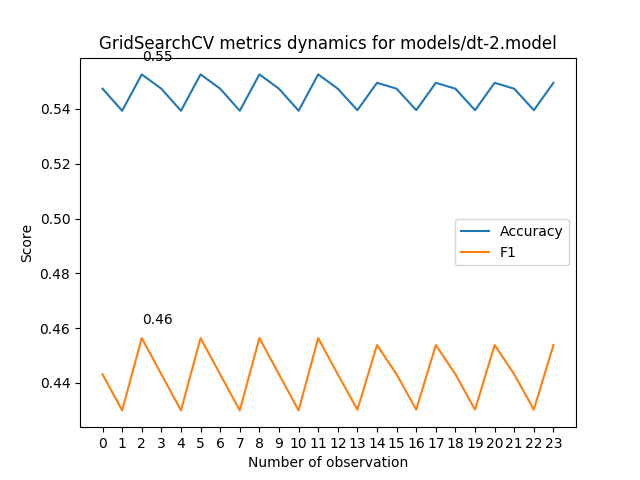
The Graphviz diagram models/dt-2.model_metrics.png in AverHLV/diploma-computations, before a commit. Its source is kept beside it as models/dt-2.model.dot. Its diagram source:
```dot
digraph Tree {
node [shape=box, style="filled", color="black"] ;
0 [label="Topic <= 0.998\ngini = 0.558\nsamples = 12050\nvalue = [[26, 5147, 707, 4422, 1748]\n[331, 7313, 2431, 802, 1173]\n[146, 6572, 597, 4028, 707]\n...\n[14, 5631, 853, 3940, 1612]\n[8, 148, 66, 47, 11781]\n[18, 2020, 29, 7749, 2234]]", fillcolor="#fef9f6"] ;
1 [label="ОБ <= -0.369\ngini = 0.543\nsamples = 9307\nvalue = [[23, 4629, 561, 2726, 1368]\n[283, 5796, 1745, 556, 927]\n[128, 5783, 488, 2252, 656]\n...\n[14, 4930, 457, 2530, 1376]\n[6, 130, 40, 37, 9094]\n[18, 1810, 19, 5865, 1595]]", fillcolor="#fbece2"] ;
0 -> 1 [labeldistance=2.5, labelangle=45, headlabel="True"] ;
5 [label="Позафракційні <= -1.95\ngini = 0.531\nsamples = 2174\nvalue = [[7, 1232, 72, 442, 421]\n[36, 1457, 225, 154, 302]\n[26, 1339, 66, 468, 275]\n...\n[5, 1147, 87, 559, 376]\n[1, 15, 9, 0, 2149]\n[9, 335, 1, 1226, 603]]", fillcolor="#f9e1d0"] ;
1 -> 5 ;
9 [label="gini = 0.418\nsamples = 210\nvalue = [[1, 25, 2, 112, 70]\n[0, 112, 37, 38, 23]\n[1, 43, 3, 127, 36]\n...\n[1, 22, 5, 104, 78]\n[0, 0, 0, 0, 210]\n[0, 4, 0, 38, 168]]", fillcolor="#e58139"] ;
5 -> 9 ;
10 [label="gini = 0.515\nsamples = 1964\nvalue = [[6, 1207, 70, 330, 351]\n[36, 1345, 188, 116, 279]\n[25, 1296, 63, 341, 239]\n...\n[4, 1125, 82, 455, 298]\n[1, 15, 9, 0, 1939]\n[9, 331, 1, 1188, 435]]", fillcolor="#f6d4bc"] ;
5 -> 10 ;
6 [label="Topic <= -1.596\ngini = 0.537\nsamples = 7133\nvalue = [[16, 3397, 489, 2284, 947]\n[247, 4339, 1520, 402, 625]\n[102, 4444, 422, 1784, 381]\n...\n[9, 3783, 370, 1971, 1000]\n[5, 115, 31, 37, 6945]\n[9, 1475, 18, 4639, 992]]", fillcolor="#fae7d9"] ;
1 -> 6 ;
7 [label="gini = 0.461\nsamples = 320\nvalue = [[2, 80, 57, 160, 21]\n[3, 240, 54, 8, 15]\n[0, 82, 62, 175, 1]\n...\n[1, 71, 82, 121, 45]\n[0, 25, 1, 16, 278]\n[0, 21, 0, 218, 81]]", fillcolor="#eda673"] ;
6 -> 7 ;
8 [label="gini = 0.532\nsamples = 6813\nvalue = [[14, 3317, 432, 2124, 926]\n[244, 4099, 1466, 394, 610]\n[102, 4362, 360, 1609, 380]\n...\n[8, 3712, 288, 1850, 955]\n[5, 90, 30, 21, 6667]\n[9, 1454, 18, 4421, 911]]", fillcolor="#f9e3d2"] ;
6 -> 8 ;
2 [label="НФ <= -0.149\ngini = 0.525\nsamples = 2743\nvalue = [[3, 518, 146, 1696, 380]\n[48, 1517, 686, 246, 246]\n[18, 789, 109, 1776, 51]\n...\n[0, 701, 396, 1410, 236]\n[2, 18, 26, 10, 2687]\n[0, 210, 10, 1884, 639]]", fillcolor="#f8dcc8"] ;
0 -> 2 [labeldistance=2.5, labelangle=-45, headlabel="False"] ;
3 [label="gini = 0.458\nsamples = 1836\nvalue = [[1, 141, 58, 1395, 241]\n[22, 973, 470, 202, 169]\n[2, 324, 42, 1443, 25]\n...\n[0, 341, 236, 1181, 78]\n[0, 1, 1, 1, 1833]\n[0, 65, 3, 1330, 438]]", fillcolor="#eca36f"] ;
2 -> 3 ;
4 [label="gini = 0.565\nsamples = 907\nvalue = [[2, 377, 88, 301, 139]\n[26, 544, 216, 44, 77]\n[16, 465, 67, 333, 26]\n...\n[0, 360, 160, 229, 158]\n[2, 17, 25, 9, 854]\n[0, 145, 7, 554, 201]]", fillcolor="#ffffff"] ;
2 -> 4 ;
}
```
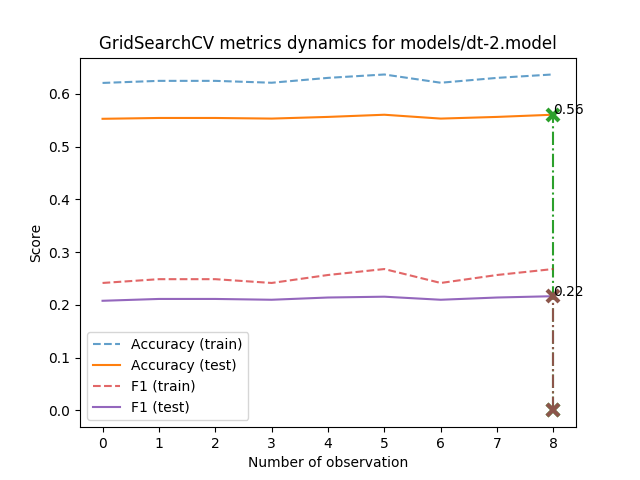
Above is the later version.

Change to the diagram source:
```diff
@@ -1,24 +1,56 @@
 digraph Tree {
 node [shape=box, style="filled", color="black"] ;
-0 [label="Topic <= 0.998\ngini = 0.558\nsamples = 12050\nvalue = [[26, 5147, 707, 4422, 1748]\n[331, 7313, 2431, 802, 1173]\n[146, 6572, 597, 4028, 707]\n...\n[14, 5631, 853, 3940, 1612]\n[8, 148, 66, 47, 11781]\n[18, 2020, 29, 7749, 2234]]", fillcolor="#fef9f6"] ;
-1 [label="ОБ <= -0.369\ngini = 0.543\nsamples = 9307\nvalue = [[23, 4629, 561, 2726, 1368]\n[283, 5796, 1745, 556, 927]\n[128, 5783, 488, 2252, 656]\n...\n[14, 4930, 457, 2530, 1376]\n[6, 130, 40, 37, 9094]\n[18, 1810, 19, 5865, 1595]]", fillcolor="#fbece2"] ;
+0 [label="Topic <= 0.998\ngini = 0.558\nsamples = 12050\nvalue = [[30, 5162, 697, 4442, 1719]\n[320, 7297, 2441, 830, 1162]\n[141, 6553, 602, 4070, 684]\n...\n[15, 5626, 856, 3945, 1608]\n[11, 148, 62, 46, 11783]\n[17, 1989, 30, 7744, 2270]]", fillcolor="#fffdfc"] ;
+1 [label="Екогрупа <= -2.261\ngini = 0.544\nsamples = 9263\nvalue = [[26, 4626, 548, 2712, 1351]\n[274, 5765, 1741, 576, 907]\n[122, 5749, 487, 2271, 634]\n...\n[15, 4930, 457, 2504, 1357]\n[9, 129, 36, 36, 9053]\n[16, 1785, 20, 5816, 1626]]", fillcolor="#fdf7f2"] ;
 0 -> 1 [labeldistance=2.5, labelangle=45, headlabel="True"] ;
-5 [label="Позафракційні <= -1.95\ngini = 0.531\nsamples = 2174\nvalue = [[7, 1232, 72, 442, 421]\n[36, 1457, 225, 154, 302]\n[26, 1339, 66, 468, 275]\n...\n[5, 1147, 87, 559, 376]\n[1, 15, 9, 0, 2149]\n[9, 335, 1, 1226, 603]]", fillcolor="#f9e1d0"] ;
+5 [label="gini = 0.491\nsamples = 478\nvalue = [[4, 111, 14, 222, 127]\n[1, 298, 69, 39, 71]\n[2, 148, 7, 270, 51]\n...\n[0, 124, 27, 203, 124]\n[0, 0, 0, 0, 478]\n[4, 22, 0, 35, 417]]", fillcolor="#f9e0ce"] ;
 1 -> 5 ;
-9 [label="gini = 0.418\nsamples = 210\nvalue = [[1, 25, 2, 112, 70]\n[0, 112, 37, 38, 23]\n[1, 43, 3, 127, 36]\n...\n[1, 22, 5, 104, 78]\n[0, 0, 0, 0, 210]\n[0, 4, 0, 38, 168]]", fillcolor="#e58139"] ;
-5 -> 9 ;
-10 [label="gini = 0.515\nsamples = 1964\nvalue = [[6, 1207, 70, 330, 351]\n[36, 1345, 188, 116, 279]\n[25, 1296, 63, 341, 239]\n...\n[4, 1125, 82, 455, 298]\n[1, 15, 9, 0, 1939]\n[9, 331, 1, 1188, 435]]", fillcolor="#f6d4bc"] ;
-5 -> 10 ;
-6 [label="Topic <= -1.596\ngini = 0.537\nsamples = 7133\nvalue = [[16, 3397, 489, 2284, 947]\n[247, 4339, 1520, 402, 625]\n[102, 4444, 422, 1784, 381]\n...\n[9, 3783, 370, 1971, 1000]\n[5, 115, 31, 37, 6945]\n[9, 1475, 18, 4639, 992]]", fillcolor="#fae7d9"] ;
+6 [label="ОБ <= -0.236\ngini = 0.538\nsamples = 8785\nvalue = [[22, 4515, 534, 2490, 1224]\n[273, 5467, 1672, 537, 836]\n[120, 5601, 480, 2001, 583]\n...\n[15, 4806, 430, 2301, 1233]\n[9, 129, 36, 36, 8575]\n[12, 1763, 20, 5781, 1209]]", fillcolor="#fdf4ee"] ;
 1 -> 6 ;
-7 [label="gini = 0.461\nsamples = 320\nvalue = [[2, 80, 57, 160, 21]\n[3, 240, 54, 8, 15]\n[0, 82, 62, 175, 1]\n...\n[1, 71, 82, 121, 45]\n[0, 25, 1, 16, 278]\n[0, 21, 0, 218, 81]]", fillcolor="#eda673"] ;
+7 [label="НФ <= 0.032\ngini = 0.519\nsamples = 2090\nvalue = [[11, 1243, 103, 383, 350]\n[39, 1381, 233, 142, 295]\n[25, 1337, 67, 378, 283]\n...\n[9, 1176, 77, 500, 328]\n[2, 19, 9, 1, 2059]\n[6, 350, 1, 1348, 385]]", fillcolor="#fbece1"] ;
 6 -> 7 ;
-8 [label="gini = 0.532\nsamples = 6813\nvalue = [[14, 3317, 432, 2124, 926]\n[244, 4099, 1466, 394, 610]\n[102, 4362, 360, 1609, 380]\n...\n[8, 3712, 288, 1850, 955]\n[5, 90, 30, 21, 6667]\n[9, 1454, 18, 4421, 911]]", fillcolor="#f9e3d2"] ;
+21 [label="gini = 0.508\nsamples = 855\nvalue = [[0, 514, 32, 184, 125]\n[11, 609, 61, 53, 121]\n[5, 529, 20, 152, 149]\n...\n[2, 489, 19, 270, 75]\n[0, 3, 0, 0, 852]\n[2, 105, 0, 628, 120]]", fillcolor="#fae7da"] ;
+7 -> 21 ;
+22 [label="gini = 0.507\nsamples = 1235\nvalue = [[11, 729, 71, 199, 225]\n[28, 772, 172, 89, 174]\n[20, 808, 47, 226, 134]\n...\n[7, 687, 58, 230, 253]\n[2, 16, 9, 1, 1207]\n[4, 245, 1, 720, 265]]", fillcolor="#fae7d9"] ;
+7 -> 22 ;
+8 [label="Topic <= -1.596\ngini = 0.533\nsamples = 6695\nvalue = [[11, 3272, 431, 2107, 874]\n[234, 4086, 1439, 395, 541]\n[95, 4264, 413, 1623, 300]\n...\n[6, 3630, 353, 1801, 905]\n[7, 110, 27, 35, 6516]\n[6, 1413, 19, 4433, 824]]", fillcolor="#fcf2eb"] ;
 6 -> 8 ;
-2 [label="НФ <= -0.149\ngini = 0.525\nsamples = 2743\nvalue = [[3, 518, 146, 1696, 380]\n[48, 1517, 686, 246, 246]\n[18, 789, 109, 1776, 51]\n...\n[0, 701, 396, 1410, 236]\n[2, 18, 26, 10, 2687]\n[0, 210, 10, 1884, 639]]", fillcolor="#f8dcc8"] ;
+9 [label="gini = 0.467\nsamples = 331\nvalue = [[2, 97, 53, 155, 24]\n[6, 243, 63, 10, 9]\n[0, 87, 60, 182, 2]\n...\n[1, 76, 86, 123, 45]\n[0, 24, 1, 17, 289]\n[0, 25, 0, 229, 77]]", fillcolor="#f6d6be"] ;
+8 -> 9 ;
+10 [label="НФ <= 0.753\ngini = 0.528\nsamples = 6364\nvalue = [[9, 3175, 378, 1952, 850]\n[228, 3843, 1376, 385, 532]\n[95, 4177, 353, 1441, 298]\n...\n[5, 3554, 267, 1678, 860]\n[7, 86, 26, 18, 6227]\n[6, 1388, 19, 4204, 747]]", fillcolor="#fcf0e7"] ;
+8 -> 10 ;
+15 [label="Екогрупа <= 0.281\ngini = 0.521\nsamples = 4875\nvalue = [[4, 2357, 254, 1601, 659]\n[140, 3053, 1075, 270, 337]\n[58, 3181, 258, 1140, 238]\n...\n[5, 2836, 213, 1358, 463]\n[4, 36, 18, 13, 4804]\n[4, 1094, 16, 3269, 492]]", fillcolor="#fbede2"] ;
+10 -> 15 ;
+25 [label="gini = 0.516\nsamples = 1858\nvalue = [[2, 947, 119, 498, 292]\n[66, 1229, 363, 70, 130]\n[19, 1358, 96, 333, 52]\n...\n[4, 1062, 55, 497, 240]\n[2, 27, 3, 5, 1821]\n[0, 285, 9, 1198, 366]]", fillcolor="#fbebdf"] ;
+15 -> 25 ;
+26 [label="gini = 0.516\nsamples = 3017\nvalue = [[2, 1410, 135, 1103, 367]\n[74, 1824, 712, 200, 207]\n[39, 1823, 162, 807, 186]\n...\n[1, 1774, 158, 861, 223]\n[2, 9, 15, 8, 2983]\n[4, 809, 7, 2071, 126]]", fillcolor="#fbebdf"] ;
+15 -> 26 ;
+16 [label="gini = 0.53\nsamples = 1489\nvalue = [[5, 818, 124, 351, 191]\n[88, 790, 301, 115, 195]\n[37, 996, 95, 301, 60]\n...\n[0, 718, 54, 320, 397]\n[3, 50, 8, 5, 1423]\n[2, 294, 3, 935, 255]]", fillcolor="#fcf1e9"] ;
+10 -> 16 ;
+2 [label="НФ <= -0.149\ngini = 0.525\nsamples = 2787\nvalue = [[4, 536, 149, 1730, 368]\n[46, 1532, 700, 254, 255]\n[19, 804, 115, 1799, 50]\n...\n[0, 696, 399, 1441, 251]\n[2, 19, 26, 10, 2730]\n[1, 204, 10, 1928, 644]]", fillcolor="#fcefe5"] ;
 0 -> 2 [labeldistance=2.5, labelangle=-45, headlabel="False"] ;
-3 [label="gini = 0.458\nsamples = 1836\nvalue = [[1, 141, 58, 1395, 241]\n[22, 973, 470, 202, 169]\n[2, 324, 42, 1443, 25]\n...\n[0, 341, 236, 1181, 78]\n[0, 1, 1, 1, 1833]\n[0, 65, 3, 1330, 438]]", fillcolor="#eca36f"] ;
+3 [label="Topic <= 1.016\ngini = 0.459\nsamples = 1864\nvalue = [[1, 147, 64, 1425, 227]\n[19, 980, 480, 211, 174]\n[1, 322, 50, 1468, 23]\n...\n[0, 325, 237, 1206, 96]\n[0, 1, 1, 0, 1862]\n[1, 60, 3, 1360, 440]]", fillcolor="#f6d2b9"] ;
 2 -> 3 ;
-4 [label="gini = 0.565\nsamples = 907\nvalue = [[2, 377, 88, 301, 139]\n[26, 544, 216, 44, 77]\n[16, 465, 67, 333, 26]\n...\n[0, 360, 160, 229, 158]\n[2, 17, 25, 9, 854]\n[0, 145, 7, 554, 201]]", fillcolor="#ffffff"] ;
+11 [label="Воля <= -0.217\ngini = 0.349\nsamples = 558\nvalue = [[0, 1, 30, 487, 40]\n[4, 390, 10, 98, 56]\n[0, 42, 7, 509, 0]\n...\n[0, 41, 134, 343, 40]\n[0, 0, 0, 0, 558]\n[0, 0, 0, 406, 152]]", fillcolor="#eca36f"] ;
+3 -> 11 ;
+23 [label="gini = 0.27\nsamples = 192\nvalue = [[0, 1, 27, 163, 1]\n[1, 102, 2, 52, 35]\n[0, 0, 1, 191, 0]\n...\n[0, 7, 8, 138, 39]\n[0, 0, 0, 0, 192]\n[0, 0, 0, 42, 150]]", fillcolor="#e58139"] ;
+11 -> 23 ;
+24 [label="gini = 0.326\nsamples = 366\nvalue = [[0, 0, 3, 324, 39]\n[3, 288, 8, 46, 21]\n[0, 42, 6, 318, 0]\n...\n[0, 34, 126, 205, 1]\n[0, 0, 0, 0, 366]\n[0, 0, 0, 364, 2]]", fillcolor="#ea995f"] ;
+11 -> 24 ;
+12 [label="Topic <= 1.421\ngini = 0.467\nsamples = 1306\nvalue = [[1, 146, 34, 938, 187]\n[15, 590, 470, 113, 118]\n[1, 280, 43, 959, 23]\n...\n[0, 284, 103, 863, 56]\n[0, 1, 1, 0, 1304]\n[1, 60, 3, 954, 288]]", fillcolor="#f6d6be"] ;
+3 -> 12 ;
+17 [label="gini = 0.531\nsamples = 210\nvalue = [[0, 82, 10, 77, 41]\n[6, 123, 44, 6, 31]\n[0, 121, 6, 68, 15]\n...\n[0, 96, 8, 85, 21]\n[0, 0, 1, 0, 209]\n[1, 38, 0, 118, 53]]", fillcolor="#fcf1e9"] ;
+12 -> 17 ;
+18 [label="Topic <= 1.439\ngini = 0.427\nsamples = 1096\nvalue = [[1, 64, 24, 861, 146]\n[9, 467, 426, 107, 87]\n[1, 159, 37, 891, 8]\n...\n[0, 188, 95, 778, 35]\n[0, 1, 0, 0, 1095]\n[0, 22, 3, 836, 235]]", fillcolor="#f3c5a3"] ;
+12 -> 18 ;
+19 [label="gini = 0.334\nsamples = 433\nvalue = [[0, 13, 0, 360, 60]\n[4, 91, 232, 75, 31]\n[0, 32, 0, 401, 0]\n...\n[0, 47, 28, 344, 14]\n[0, 0, 0, 0, 433]\n[0, 3, 0, 373, 57]]", fillcolor="#eb9d64"] ;
+18 -> 19 ;
+20 [label="gini = 0.442\nsamples = 663\nvalue = [[1, 51, 24, 501, 86]\n[5, 376, 194, 32, 56]\n[1, 127, 37, 490, 8]\n...\n[0, 141, 67, 434, 21]\n[0, 1, 0, 0, 662]\n[0, 19, 3, 463, 178]]", fillcolor="#f4cbad"] ;
+18 -> 20 ;
+4 [label="Topic <= 1.016\ngini = 0.563\nsamples = 923\nvalue = [[3, 389, 85, 305, 141]\n[27, 552, 220, 43, 81]\n[18, 482, 65, 331, 27]\n...\n[0, 371, 162, 235, 155]\n[2, 18, 25, 10, 868]\n[0, 144, 7, 568, 204]]", fillcolor="#ffffff"] ;
 2 -> 4 ;
+13 [label="gini = 0.281\nsamples = 101\nvalue = [[0, 24, 22, 51, 4]\n[0, 81, 2, 7, 11]\n[0, 5, 0, 96, 0]\n...\n[0, 6, 73, 22, 0]\n[0, 0, 0, 0, 101]\n[0, 0, 0, 30, 71]]", fillcolor="#e68640"] ;
+4 -> 13 ;
+14 [label="gini = 0.558\nsamples = 822\nvalue = [[3, 365, 63, 254, 137]\n[27, 471, 218, 36, 70]\n[18, 477, 65, 235, 27]\n...\n[0, 365, 89, 213, 155]\n[2, 18, 25, 10, 767]\n[0, 144, 7, 538, 133]]", fillcolor="#fffdfc"] ;
+4 -> 14 ;
 }
```
